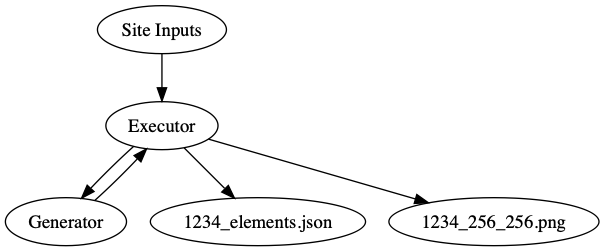
hypar-io/MakeHypar keeps this Graphviz diagram as generator.png. Above is the earlier version. Its source is kept beside it as generator.dot.
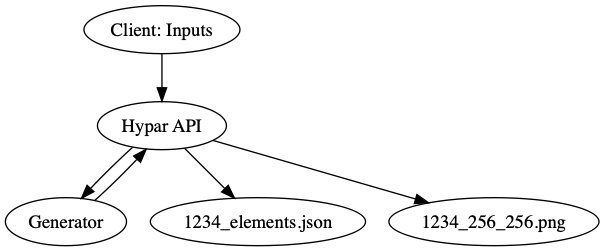
The same file after the commit.

Commit message:
Better naming.

Diff of the diagram source:
```diff
@@ -1,7 +1,7 @@
 digraph G {
-  "Site Inputs" -> "Executor"
-  "Executor" -> "Generator"
-  "Generator" -> "Executor"
-  "Executor" -> "1234_elements.json"
-  "Executor" -> "1234_256_256.png"
+  "Client: Inputs" -> "Hypar API"
+  "Hypar API" -> "Generator"
+  "Generator" -> "Hypar API"
+  "Hypar API" -> "1234_elements.json"
+  "Hypar API" -> "1234_256_256.png"
 }
```
